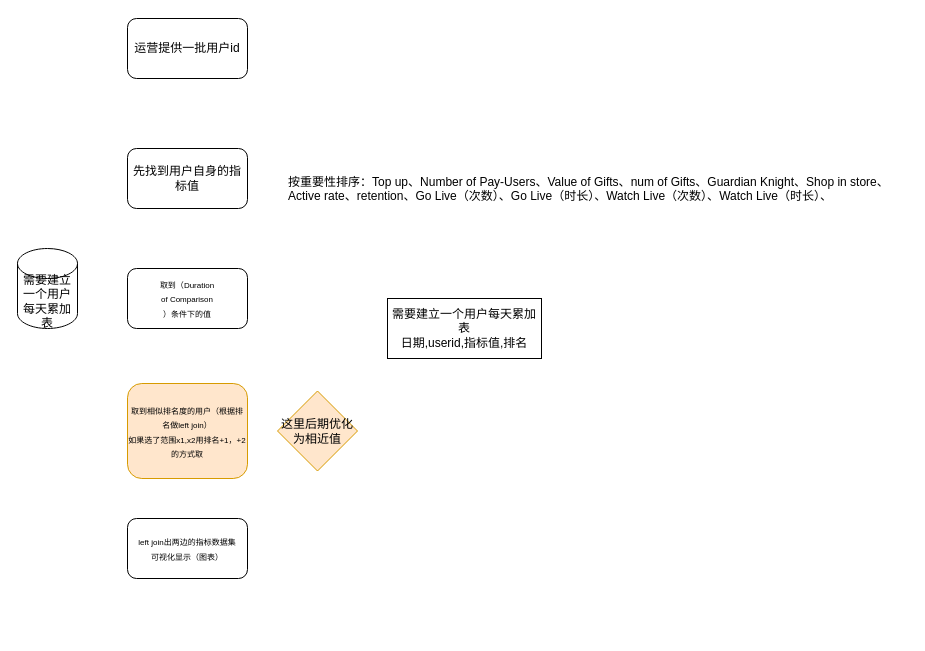
The draw.io diagram dir2/Untitled Diagram.drawio in liangrui1988/diagrams, before the edit. Source tidied: cells renumbered, new cells numbered last; positions are measured from the earlier drawing's top-left corner, leaving out a move shared by most shapes. Both pictures are drawn from the tidied source at 100%, with x=0, y=0 at pixel (17, 18).
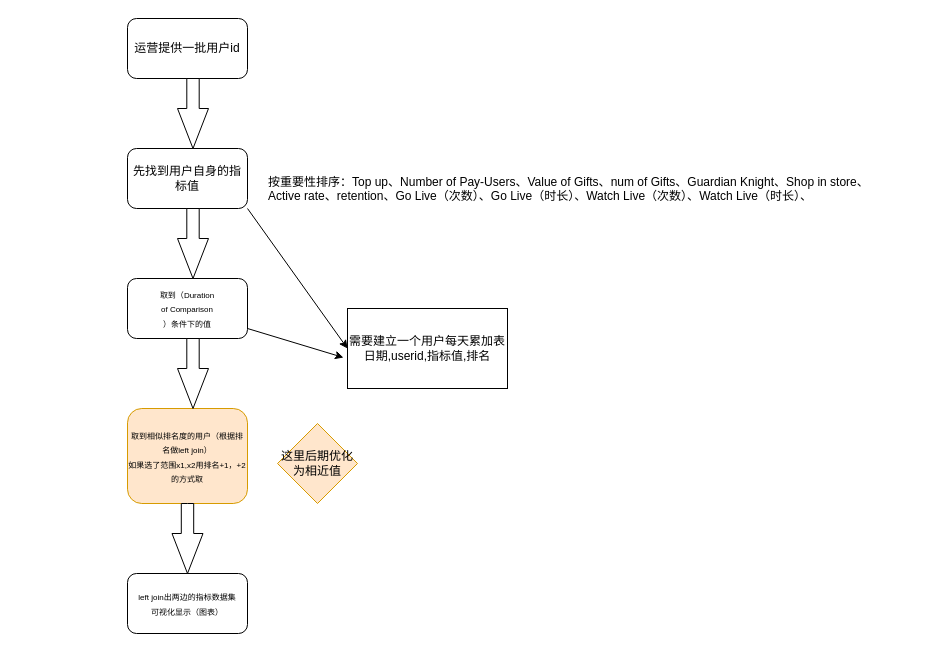
After the change.

Change to the diagram source:
```diff
@@
 <mxGraphModel>
   <root>
     <mxCell id="0" />
     <mxCell id="1" parent="0" />
     <mxCell id="2" value="运营提供一批用户id" style="rounded=1;whiteSpace=wrap;html=1;" parent="1" vertex="1">
       <mxGeometry x="110" width="120" height="60" as="geometry" />
     </mxCell>
     <mxCell id="3" value="先找到用户自身的指标值" style="rounded=1;whiteSpace=wrap;html=1;" parent="1" vertex="1">
       <mxGeometry x="110" y="130" width="120" height="60" as="geometry" />
     </mxCell>
     <mxCell id="4" value="&#10;&#10;&#10;&#10;&#10;&#10;&#10;&#10;&#10;&#10;&#10;&lt;p style=&quot;margin-top: 0pt ; margin-bottom: 0pt ; margin-left: 0in ; text-align: left ; direction: ltr ; unicode-bidi: embed ; word-break: normal&quot;&gt;&lt;span style=&quot;font-size: 9.0pt ; color: black&quot;&gt;按重要性排序：&lt;/span&gt;&lt;span style=&quot;font-size: 9.0pt ; font-family: &amp;quot;calibri&amp;quot; ; color: black&quot;&gt;Top up&lt;/span&gt;&lt;span style=&quot;font-size: 9.0pt ; color: black&quot;&gt;、&lt;/span&gt;&lt;span style=&quot;font-size: 9.0pt ; font-family: &amp;quot;calibri&amp;quot; ; color: black&quot;&gt;Number of Pay-Users&lt;/span&gt;&lt;span style=&quot;font-size: 9.0pt ; color: black&quot;&gt;、&lt;/span&gt;&lt;span style=&quot;font-size: 9.0pt ; font-family: &amp;quot;calibri&amp;quot; ; color: black&quot;&gt;Value of Gifts&lt;/span&gt;&lt;span style=&quot;font-size: 9.0pt ; color: black&quot;&gt;、&lt;/span&gt;&lt;span style=&quot;font-size: 9.0pt ; font-family: &amp;quot;calibri&amp;quot; ; color: black&quot;&gt;num of Gifts&lt;/span&gt;&lt;span style=&quot;font-size: 9.0pt ; color: black&quot;&gt;、&lt;/span&gt;&lt;span style=&quot;font-size: 9.0pt ; font-family: &amp;quot;calibri&amp;quot; ; color: black&quot;&gt;Guardian Knight&lt;/span&gt;&lt;span style=&quot;font-size: 9.0pt ; color: black&quot;&gt;、&lt;/span&gt;&lt;span style=&quot;font-size: 9.0pt ; font-family: &amp;quot;calibri&amp;quot; ; color: black&quot;&gt;Shop in store&lt;/span&gt;&lt;span style=&quot;font-size: 9.0pt ; color: black&quot;&gt;、&lt;/span&gt;&lt;span style=&quot;font-size: 9.0pt ; font-family: &amp;quot;calibri&amp;quot; ; color: black&quot;&gt;Active rate&lt;/span&gt;&lt;span style=&quot;font-size: 9.0pt ; color: black&quot;&gt;、&lt;/span&gt;&lt;span style=&quot;font-size: 9.0pt ; font-family: &amp;quot;calibri&amp;quot; ; color: black&quot;&gt;retention&lt;/span&gt;&lt;span style=&quot;font-size: 9.0pt ; color: black&quot;&gt;、&lt;/span&gt;&lt;span style=&quot;font-size: 9.0pt ; font-family: &amp;quot;calibri&amp;quot; ; color: black&quot;&gt;Go Live&lt;/span&gt;&lt;span style=&quot;font-size: 9.0pt ; color: black&quot;&gt;（次数）、&lt;/span&gt;&lt;span style=&quot;font-size: 9.0pt ; font-family: &amp;quot;calibri&amp;quot; ; color: black&quot;&gt;Go Live&lt;/span&gt;&lt;span style=&quot;font-size: 9.0pt ; color: black&quot;&gt;（时长）、&lt;/span&gt;&lt;span style=&quot;font-size: 9.0pt ; font-family: &amp;quot;calibri&amp;quot; ; color: black&quot;&gt;Watch Live&lt;/span&gt;&lt;span style=&quot;font-size: 9.0pt ; color: black&quot;&gt;（次数）、&lt;/span&gt;&lt;span style=&quot;font-size: 9.0pt ; font-family: &amp;quot;calibri&amp;quot; ; color: black&quot;&gt;Watch Live&lt;/span&gt;&lt;span style=&quot;font-size: 9.0pt ; color: black&quot;&gt;（时长）、&lt;/span&gt;&lt;/p&gt;&#10;&#10;&#10;&#10;&#10;&#10;" style="text;html=1;strokeColor=none;fillColor=none;align=center;verticalAlign=middle;whiteSpace=wrap;rounded=0;" parent="1" vertex="1">
-      <mxGeometry x="270" y="130" width="620" height="10" as="geometry" />
+      <mxGeometry x="250" y="130" width="620" height="10" as="geometry" />
     </mxCell>
-    <mxCell id="5" value="需要建立一个用户每天累加表" style="shape=cylinder3;whiteSpace=wrap;html=1;boundedLbl=1;backgroundOutline=1;size=15;" parent="1" vertex="1">
-      <mxGeometry y="230" width="60" height="80" as="geometry" />
-    </mxCell>
     <mxCell id="6" value="&lt;font style=&quot;font-size: 8px&quot;&gt;取到（&lt;span style=&quot;font-family: &amp;#34;calibri&amp;#34;&quot;&gt;Duration&lt;br&gt;of Comparison&lt;/span&gt;&lt;br&gt;）条件下的值&lt;/font&gt;" style="rounded=1;whiteSpace=wrap;html=1;" parent="1" vertex="1">
-      <mxGeometry x="110" y="250" width="120" height="60" as="geometry" />
+      <mxGeometry x="110" y="260" width="120" height="60" as="geometry" />
     </mxCell>
     <mxCell id="7" value="&lt;font style=&quot;font-size: 8px&quot;&gt;取到相似排名度的用户（根据排名做left join）&lt;br&gt;如果选了范围x1,x2用排名+1，+2的方式取&lt;br&gt;&lt;/font&gt;" style="rounded=1;whiteSpace=wrap;html=1;fillColor=#ffe6cc;strokeColor=#d79b00;" parent="1" vertex="1">
-      <mxGeometry x="110" y="365" width="120" height="95" as="geometry" />
+      <mxGeometry x="110" y="390" width="120" height="95" as="geometry" />
     </mxCell>
     <mxCell id="8" value="&lt;span&gt;这里后期优化为相近值&lt;/span&gt;" style="rhombus;whiteSpace=wrap;html=1;fillColor=#ffe6cc;strokeColor=#d79b00;" parent="1" vertex="1">
-      <mxGeometry x="260" y="372.5" width="80" height="80" as="geometry" />
+      <mxGeometry x="260" y="405" width="80" height="80" as="geometry" />
     </mxCell>
     <mxCell id="9" value="&lt;span style=&quot;font-size: 8px&quot;&gt;left join出两边的指标数据集&lt;br&gt;可视化显示（图表）&lt;br&gt;&lt;/span&gt;" style="rounded=1;whiteSpace=wrap;html=1;" parent="1" vertex="1">
-      <mxGeometry x="110" y="500" width="120" height="60" as="geometry" />
+      <mxGeometry x="110" y="555" width="120" height="60" as="geometry" />
     </mxCell>
     <mxCell id="10" value="&lt;span&gt;需要建立一个用户每天累加表&lt;br&gt;日期,userid,指标值,排名&lt;br&gt;&lt;/span&gt;" style="rounded=0;whiteSpace=wrap;html=1;" parent="1" vertex="1">
-      <mxGeometry x="370" y="280" width="154" height="60" as="geometry" />
+      <mxGeometry x="330" y="290" width="160" height="80" as="geometry" />
     </mxCell>
+    <mxCell id="11" style="html=1;shadow=0;dashed=0;align=center;verticalAlign=middle;shape=mxgraph.arrows2.arrow;dy=0.6;dx=40;direction=south;notch=0;" parent="1" vertex="1">
+      <mxGeometry x="160" y="60" width="31" height="70" as="geometry" />
+    </mxCell>
+    <mxCell id="12" style="html=1;shadow=0;dashed=0;align=center;verticalAlign=middle;shape=mxgraph.arrows2.arrow;dy=0.6;dx=40;direction=south;notch=0;" parent="1" vertex="1">
+      <mxGeometry x="160" y="320" width="31" height="70" as="geometry" />
+    </mxCell>
+    <mxCell id="13" style="html=1;shadow=0;dashed=0;align=center;verticalAlign=middle;shape=mxgraph.arrows2.arrow;dy=0.6;dx=40;direction=south;notch=0;" parent="1" vertex="1">
+      <mxGeometry x="160" y="190" width="31" height="70" as="geometry" />
+    </mxCell>
+    <mxCell id="14" style="html=1;shadow=0;dashed=0;align=center;verticalAlign=middle;shape=mxgraph.arrows2.arrow;dy=0.6;dx=40;direction=south;notch=0;" parent="1" vertex="1">
+      <mxGeometry x="154.5" y="485" width="31" height="70" as="geometry" />
+    </mxCell>
+    <mxCell id="15" style="endArrow=classic;html=1;entryX=-0.025;entryY=0.613;entryDx=0;entryDy=0;entryPerimeter=0;" parent="1" edge="1" target="10">
+      <mxGeometry relative="1" as="geometry">
+        <mxPoint x="230" y="310" as="sourcePoint" />
+      </mxGeometry>
+    </mxCell>
+    <mxCell id="16" style="endArrow=classic;html=1;entryX=0;entryY=0.5;entryDx=0;entryDy=0;exitX=1;exitY=1;exitDx=0;exitDy=0;" parent="1" edge="1" source="3" target="10">
+      <mxGeometry relative="1" as="geometry" />
+    </mxCell>
   </root>
 </mxGraphModel>
```
